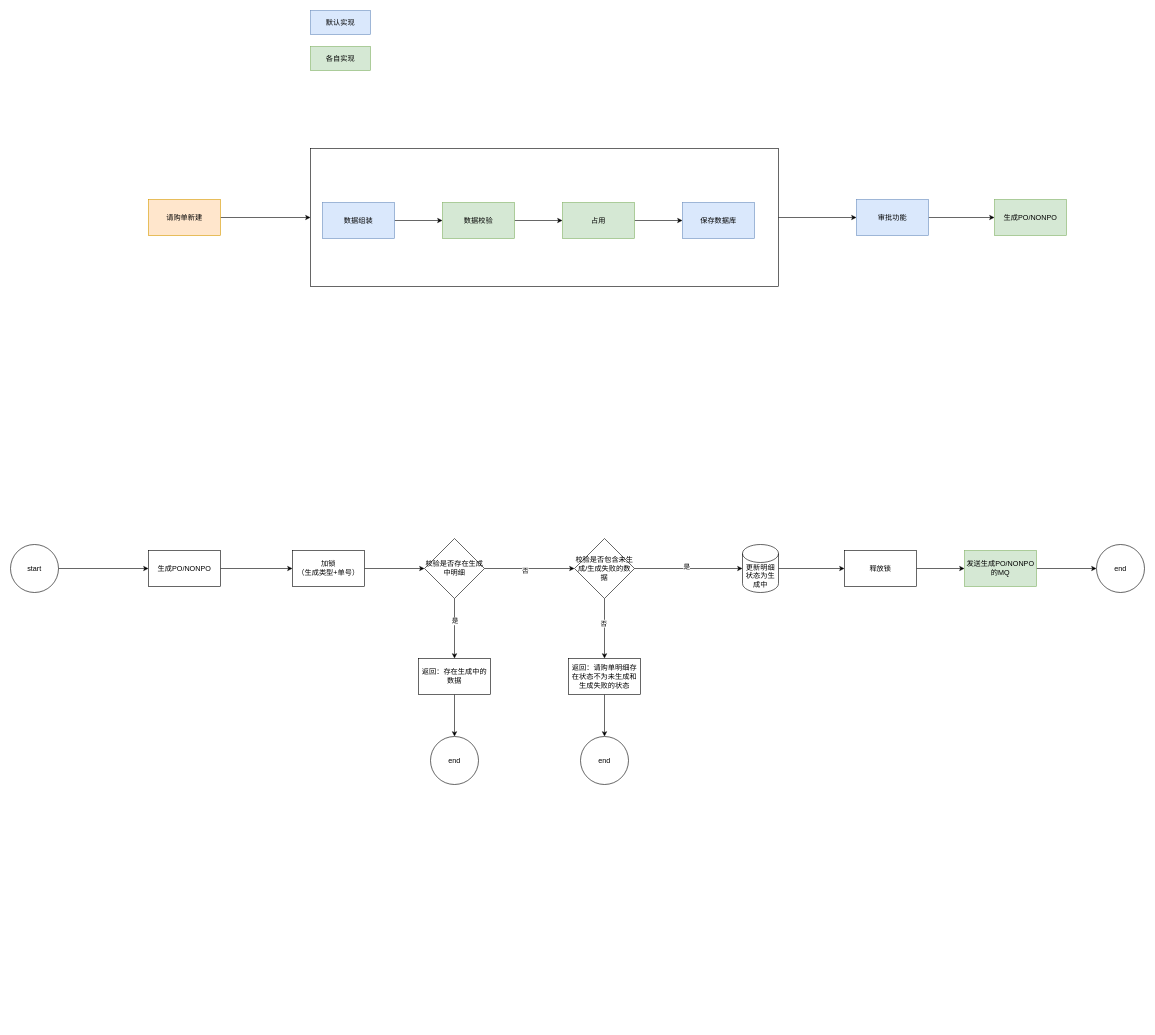
Above: 请购单.drawio in xiaohuihui7726/drawio (draw.io), before the change. Source tidied: cells renumbered, new cells numbered last; positions are measured from the earlier drawing's top-left corner, leaving out a move shared by most shapes. Both pictures are drawn from the tidied source at 60%, with x=0, y=0 at pixel (10, 10).
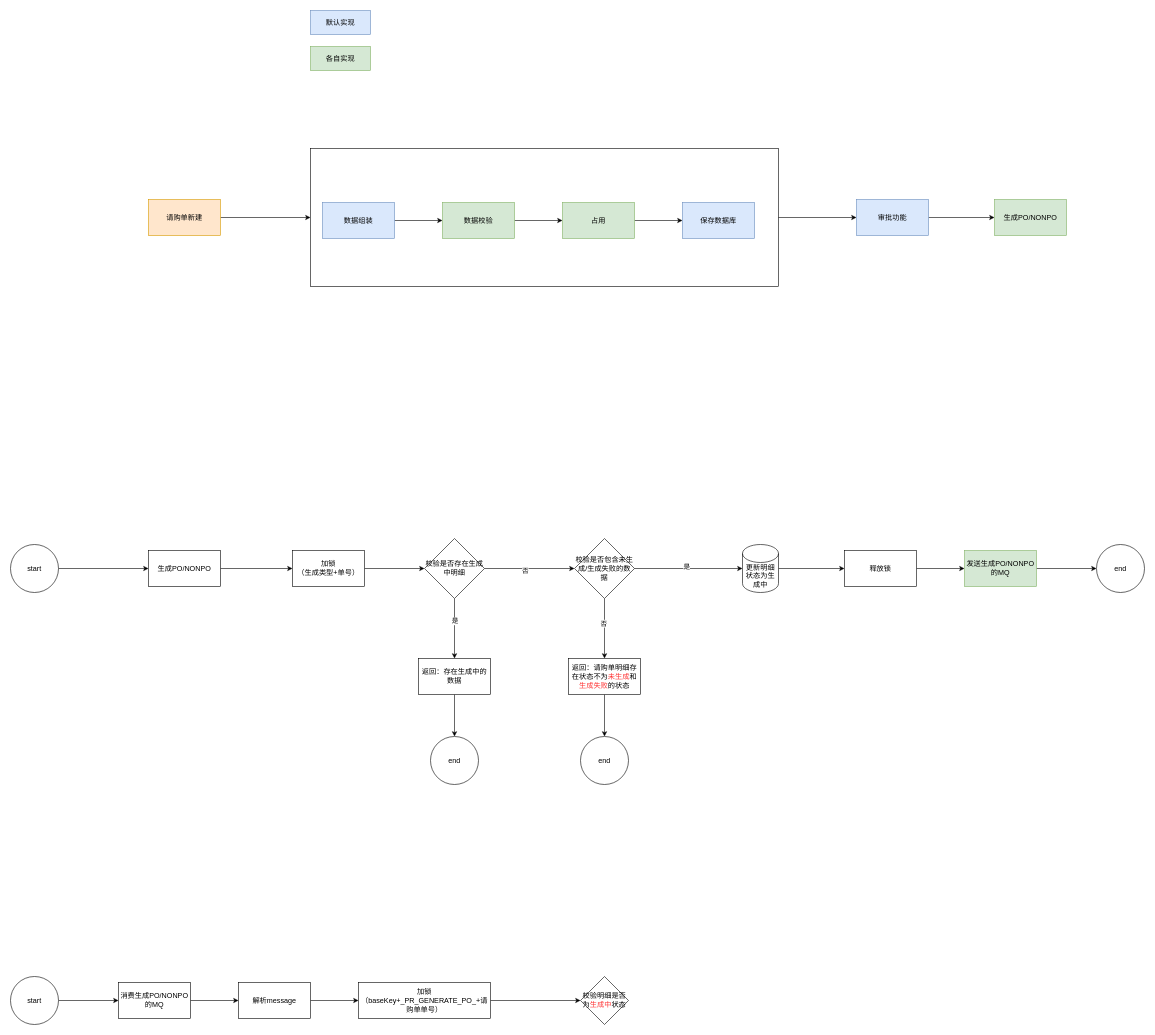
The same diagram, later.

Commit message:
更新请购单.drawio

Diff of the diagram source:
```diff
@@
-    <mxCell id="36" value="返回：请购单明细存在状态不为未生成和生成失败的状态" style="whiteSpace=wrap;html=1;rounded=0;" parent="1" vertex="1">
+    <mxCell id="36" value="返回：请购单明细存在状态不为&lt;font color=&quot;#ff3333&quot;&gt;未生成&lt;/font&gt;和&lt;font color=&quot;#ff3333&quot;&gt;生成失败&lt;/font&gt;的状态" style="whiteSpace=wrap;html=1;rounded=0;" parent="1" vertex="1">
       <mxGeometry x="930" y="1080" width="120" height="60" as="geometry" />
     </mxCell>
@@
+    <mxCell id="47" style="edgeStyle=orthogonalEdgeStyle;rounded=0;jettySize=auto;html=1;" parent="1" edge="1" source="48" target="50">
+      <mxGeometry relative="1" as="geometry" />
+    </mxCell>
+    <mxCell id="48" value="start" style="ellipse;whiteSpace=wrap;html=1;" parent="1" vertex="1">
+      <mxGeometry y="1610" width="80" height="80" as="geometry" />
+    </mxCell>
+    <mxCell id="49" style="edgeStyle=orthogonalEdgeStyle;rounded=0;jettySize=auto;html=1;" parent="1" edge="1" source="50" target="52">
+      <mxGeometry relative="1" as="geometry" />
+    </mxCell>
+    <mxCell id="50" value="消费生成PO/NONPO的MQ" style="whiteSpace=wrap;html=1;" parent="1" vertex="1">
+      <mxGeometry x="180" y="1620" width="120" height="60" as="geometry" />
+    </mxCell>
+    <mxCell id="51" style="edgeStyle=orthogonalEdgeStyle;rounded=0;jettySize=auto;html=1;" parent="1" edge="1" source="52" target="54">
+      <mxGeometry relative="1" as="geometry" />
+    </mxCell>
+    <mxCell id="52" value="解析message" style="whiteSpace=wrap;html=1;" parent="1" vertex="1">
+      <mxGeometry x="380" y="1620" width="120" height="60" as="geometry" />
+    </mxCell>
+    <mxCell id="53" style="edgeStyle=orthogonalEdgeStyle;rounded=0;jettySize=auto;html=1;" parent="1" edge="1" source="54" target="55">
+      <mxGeometry relative="1" as="geometry" />
+    </mxCell>
+    <mxCell id="54" value="加锁&lt;div&gt;（baseKey+&lt;span style=&quot;background-color: initial;&quot;&gt;_PR_GENERATE_PO_+请购单单号）&lt;/span&gt;&lt;/div&gt;" style="whiteSpace=wrap;html=1;" parent="1" vertex="1">
+      <mxGeometry x="580" y="1620" width="220" height="60" as="geometry" />
+    </mxCell>
+    <mxCell id="55" value="校验明细是否为&lt;font color=&quot;#ff3333&quot;&gt;生成中&lt;/font&gt;状态" style="rhombus;whiteSpace=wrap;html=1;" parent="1" vertex="1">
+      <mxGeometry x="950" y="1610" width="80" height="80" as="geometry" />
+    </mxCell>
```
